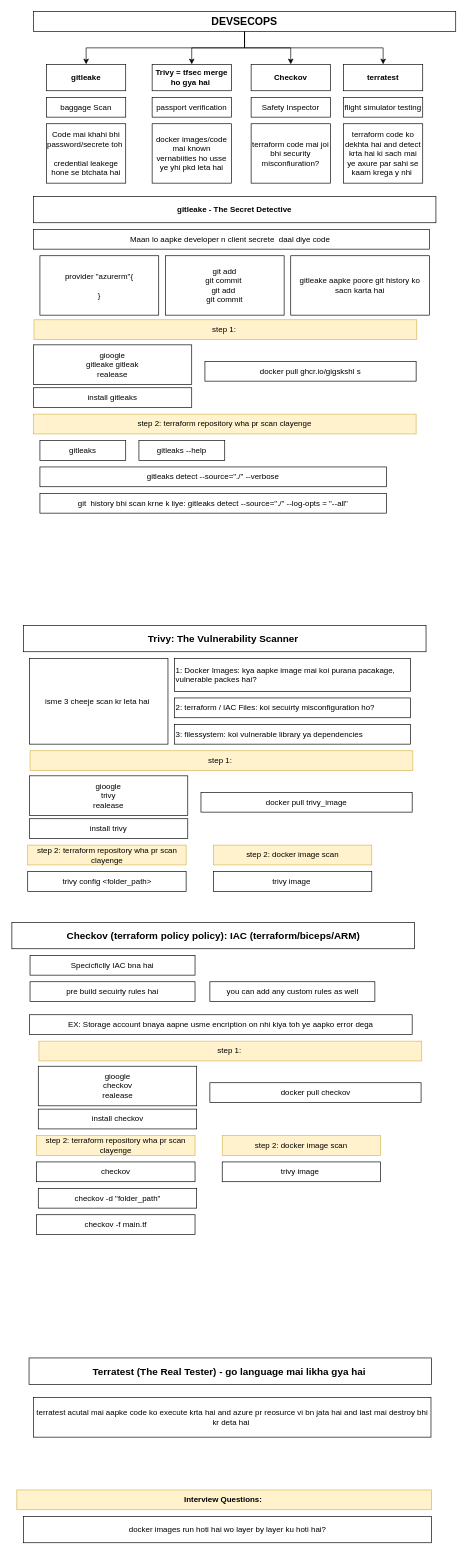
This is page "Devsecops" (4 of 6) of Devops/Azure/Revision/Azure Monitoring.drawio from mukeshdani/Dev, a draw.io file, before an edit. Source tidied: cells renumbered, new cells numbered last; positions are measured from the earlier drawing's top-left corner, leaving out a move shared by most shapes. Both pictures are drawn from the tidied source at 66%, with x=0, y=0 at pixel (11, 11).
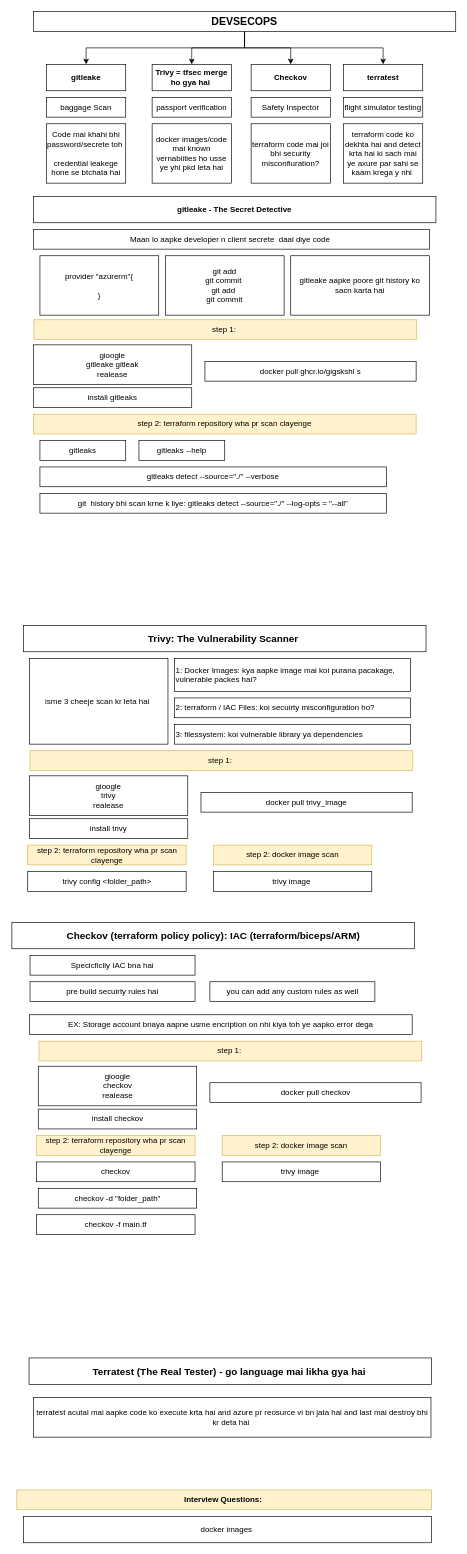
The same diagram, later.

The edit, as a diff of the source:
```diff
@@
-    <mxCell id="64" value="docker images run hoti hai wo layer by layer ku hoti hai?" style="rounded=0;whiteSpace=wrap;html=1;" parent="1" vertex="1">
+    <mxCell id="64" value="docker images&amp;nbsp;" style="rounded=0;whiteSpace=wrap;html=1;" parent="1" vertex="1">
       <mxGeometry x="18" y="2280" width="618.5" height="40" as="geometry" />
     </mxCell>
```
